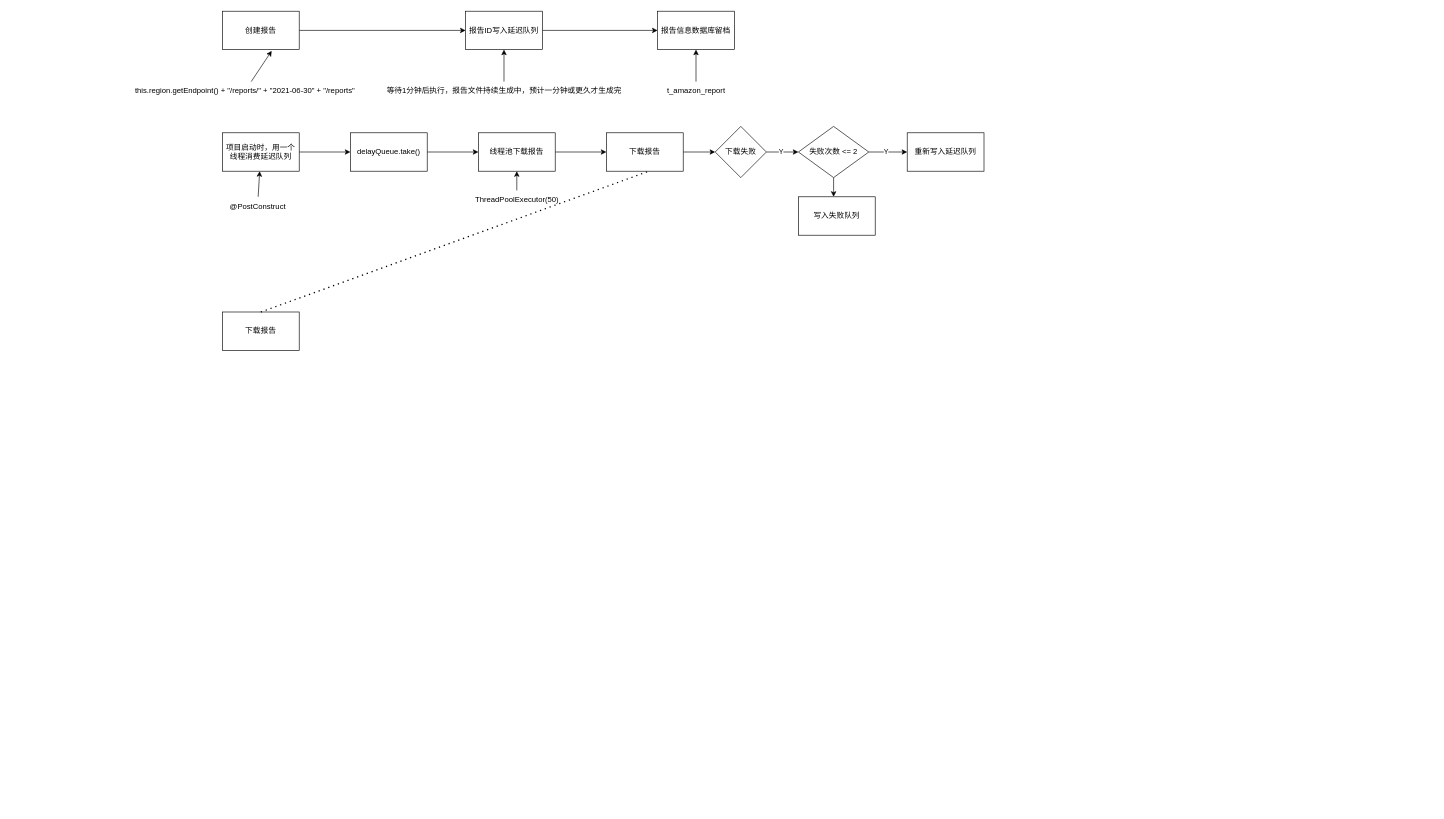
onemrc/note keeps this draw.io diagram as AmazonListing同步.drawio. Above is the earlier version. Source tidied: cells renumbered, new cells numbered last; positions are measured from the earlier drawing's top-left corner, leaving out a move shared by most shapes. Both pictures are drawn from the tidied source at 64%, with x=0, y=0 at pixel (126, 11).
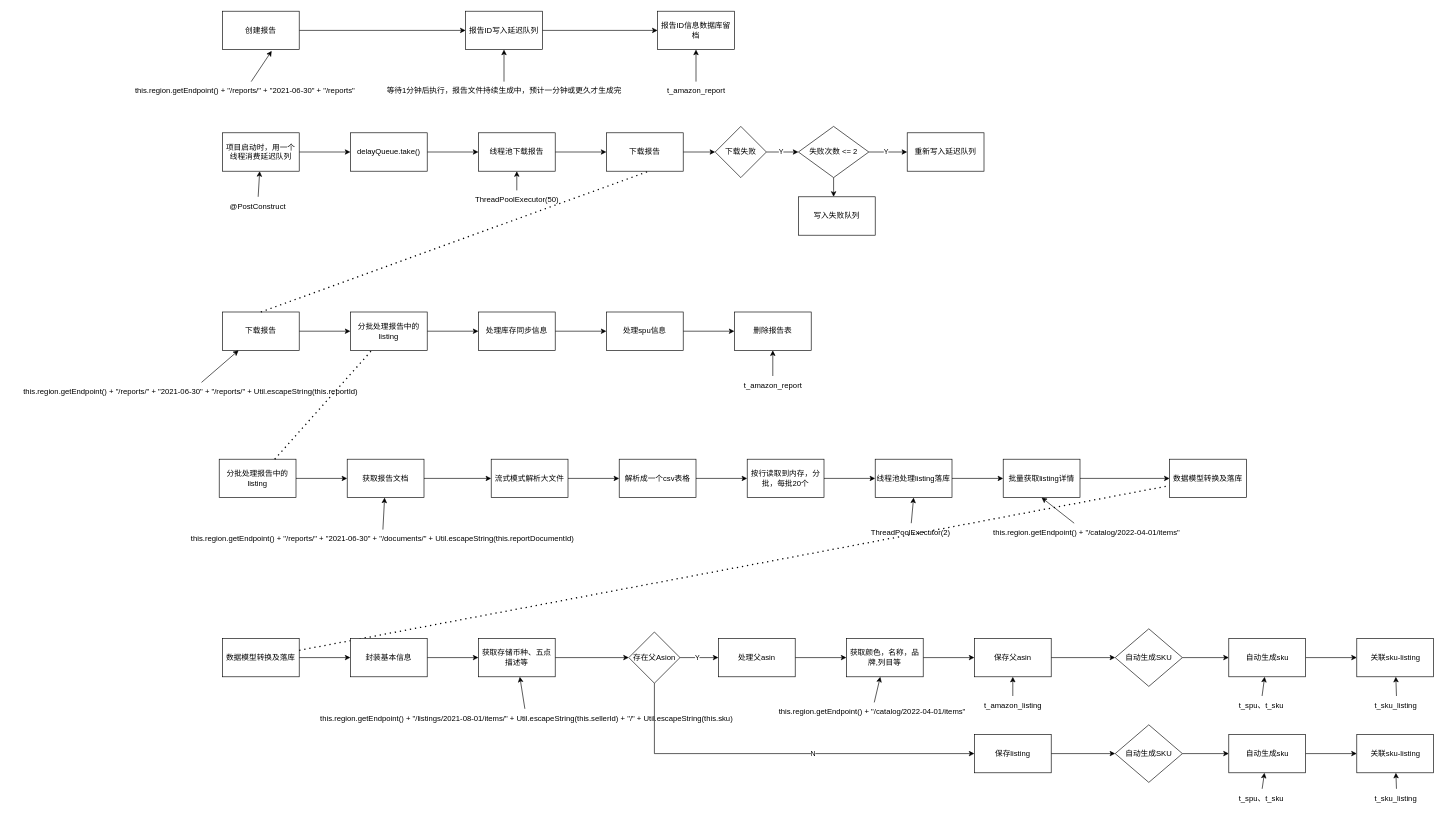
Above is the later version.

Unchanged cells that the change refers to:
```xml
<mxCell id="34" value="下载报告" style="whiteSpace=wrap;html=1;rounded=0;" parent="1" vertex="1">
  <mxGeometry x="150" y="470" width="120" height="60" as="geometry" />
</mxCell>
```

The edit, as a diff of the source:
```diff
@@
-    <mxCell id="10" value="报告信息数据库留档" style="whiteSpace=wrap;html=1;rounded=0;" parent="1" vertex="1">
+    <mxCell id="10" value="报告ID信息数据库留档" style="whiteSpace=wrap;html=1;rounded=0;" parent="1" vertex="1">
       <mxGeometry x="830" width="120" height="60" as="geometry" />
     </mxCell>
@@
+    <mxCell id="36" style="edgeStyle=orthogonalEdgeStyle;rounded=0;jettySize=auto;html=1;" parent="1" edge="1" source="34" target="40">
+      <mxGeometry relative="1" as="geometry" />
+    </mxCell>
@@
+    <mxCell id="37" value="this.region.getEndpoint() + &quot;/reports/&quot; + &quot;2021-06-30&quot; + &quot;/reports/&quot; + Util.escapeString(this.reportId)" style="text;html=1;align=center;verticalAlign=middle;points=[];strokeColor=none;fillColor=none;" parent="1" vertex="1">
+      <mxGeometry x="-180" y="580" width="560" height="30" as="geometry" />
+    </mxCell>
+    <mxCell id="38" style="endArrow=classic;html=1;rounded=0;" parent="1" edge="1" source="37" target="34">
+      <mxGeometry relative="1" as="geometry" />
+    </mxCell>
+    <mxCell id="39" style="edgeStyle=orthogonalEdgeStyle;rounded=0;jettySize=auto;html=1;" parent="1" edge="1" source="40" target="42">
+      <mxGeometry relative="1" as="geometry" />
+    </mxCell>
+    <mxCell id="40" value="分批处理报告中的listing" style="whiteSpace=wrap;html=1;rounded=0;" parent="1" vertex="1">
+      <mxGeometry x="350" y="470" width="120" height="60" as="geometry" />
+    </mxCell>
+    <mxCell id="41" style="edgeStyle=orthogonalEdgeStyle;rounded=0;jettySize=auto;html=1;" parent="1" edge="1" source="42" target="44">
+      <mxGeometry relative="1" as="geometry" />
+    </mxCell>
+    <mxCell id="42" value="处理库存同步信息" style="whiteSpace=wrap;html=1;rounded=0;" parent="1" vertex="1">
+      <mxGeometry x="550" y="470" width="120" height="60" as="geometry" />
+    </mxCell>
+    <mxCell id="43" style="edgeStyle=orthogonalEdgeStyle;rounded=0;jettySize=auto;html=1;" parent="1" edge="1" source="44" target="45">
+      <mxGeometry relative="1" as="geometry" />
+    </mxCell>
+    <mxCell id="44" value="处理spu信息" style="whiteSpace=wrap;html=1;rounded=0;" parent="1" vertex="1">
+      <mxGeometry x="750" y="470" width="120" height="60" as="geometry" />
+    </mxCell>
+    <mxCell id="45" value="删除报告表" style="whiteSpace=wrap;html=1;rounded=0;" parent="1" vertex="1">
+      <mxGeometry x="950" y="470" width="120" height="60" as="geometry" />
+    </mxCell>
+    <mxCell id="46" value="t_amazon_report" style="text;html=1;align=center;verticalAlign=middle;points=[];strokeColor=none;fillColor=none;" parent="1" vertex="1">
+      <mxGeometry x="950" y="570" width="120" height="30" as="geometry" />
+    </mxCell>
+    <mxCell id="47" style="endArrow=classic;html=1;rounded=0;" parent="1" edge="1" source="46" target="45">
+      <mxGeometry relative="1" as="geometry" />
+    </mxCell>
+    <mxCell id="48" style="edgeStyle=orthogonalEdgeStyle;rounded=0;jettySize=auto;html=1;" parent="1" edge="1" source="49" target="52">
+      <mxGeometry relative="1" as="geometry" />
+    </mxCell>
+    <mxCell id="49" value="分批处理报告中的listing" style="whiteSpace=wrap;html=1;rounded=0;" parent="1" vertex="1">
+      <mxGeometry x="145" y="700" width="120" height="60" as="geometry" />
+    </mxCell>
+    <mxCell id="50" style="endArrow=none;dashed=1;html=1;dashPattern=1 3;strokeWidth=2;rounded=0;" parent="1" edge="1" source="49" target="40">
+      <mxGeometry relative="1" as="geometry" />
+    </mxCell>
+    <mxCell id="51" style="edgeStyle=orthogonalEdgeStyle;rounded=0;jettySize=auto;html=1;" parent="1" edge="1" source="52" target="56">
+      <mxGeometry relative="1" as="geometry" />
+    </mxCell>
+    <mxCell id="52" value="获取报告文档" style="whiteSpace=wrap;html=1;rounded=0;" parent="1" vertex="1">
+      <mxGeometry x="345" y="700" width="120" height="60" as="geometry" />
+    </mxCell>
+    <mxCell id="53" value="this.region.getEndpoint() + &quot;/reports/&quot; + &quot;2021-06-30&quot; + &quot;/documents/&quot; + Util.escapeString(this.reportDocumentId)" style="text;html=1;align=center;verticalAlign=middle;points=[];strokeColor=none;fillColor=none;" parent="1" vertex="1">
+      <mxGeometry x="80" y="810" width="640" height="30" as="geometry" />
+    </mxCell>
+    <mxCell id="54" style="endArrow=classic;html=1;rounded=0;" parent="1" edge="1" source="53" target="52">
+      <mxGeometry relative="1" as="geometry" />
+    </mxCell>
+    <mxCell id="55" style="edgeStyle=orthogonalEdgeStyle;rounded=0;jettySize=auto;html=1;" parent="1" edge="1" source="56" target="58">
+      <mxGeometry relative="1" as="geometry" />
+    </mxCell>
+    <mxCell id="56" value="流式模式解析大文件" style="whiteSpace=wrap;html=1;rounded=0;" parent="1" vertex="1">
+      <mxGeometry x="570" y="700" width="120" height="60" as="geometry" />
+    </mxCell>
+    <mxCell id="57" style="edgeStyle=orthogonalEdgeStyle;rounded=0;jettySize=auto;html=1;" parent="1" edge="1" source="58" target="60">
+      <mxGeometry relative="1" as="geometry" />
+    </mxCell>
+    <mxCell id="58" value="解析成一个csv表格" style="whiteSpace=wrap;html=1;rounded=0;" parent="1" vertex="1">
+      <mxGeometry x="770" y="700" width="120" height="60" as="geometry" />
+    </mxCell>
+    <mxCell id="59" style="edgeStyle=orthogonalEdgeStyle;rounded=0;jettySize=auto;html=1;" parent="1" edge="1" source="60" target="62">
+      <mxGeometry relative="1" as="geometry" />
+    </mxCell>
+    <mxCell id="60" value="按行读取到内存，分批，每批20个" style="whiteSpace=wrap;html=1;rounded=0;" parent="1" vertex="1">
+      <mxGeometry x="970" y="700" width="120" height="60" as="geometry" />
+    </mxCell>
+    <mxCell id="61" style="edgeStyle=orthogonalEdgeStyle;rounded=0;jettySize=auto;html=1;" parent="1" edge="1" source="62" target="66">
+      <mxGeometry relative="1" as="geometry" />
+    </mxCell>
+    <mxCell id="62" value="线程池处理listing落库" style="whiteSpace=wrap;html=1;rounded=0;" parent="1" vertex="1">
+      <mxGeometry x="1170" y="700" width="120" height="60" as="geometry" />
+    </mxCell>
+    <mxCell id="63" value="ThreadPoolExecutor(2)" style="text;html=1;align=center;verticalAlign=middle;points=[];strokeColor=none;fillColor=none;" parent="1" vertex="1">
+      <mxGeometry x="1150" y="800" width="150" height="30" as="geometry" />
+    </mxCell>
+    <mxCell id="64" style="endArrow=classic;html=1;rounded=0;entryX=0.5;entryY=1;entryDx=0;entryDy=0;" parent="1" edge="1" source="63" target="62">
+      <mxGeometry relative="1" as="geometry" />
+    </mxCell>
+    <mxCell id="65" style="edgeStyle=orthogonalEdgeStyle;rounded=0;jettySize=auto;html=1;" parent="1" edge="1" source="66" target="69">
+      <mxGeometry relative="1" as="geometry" />
+    </mxCell>
+    <mxCell id="66" value="批量获取listing详情" style="whiteSpace=wrap;html=1;rounded=0;" parent="1" vertex="1">
+      <mxGeometry x="1370" y="700" width="120" height="60" as="geometry" />
+    </mxCell>
+    <mxCell id="67" value="this.region.getEndpoint() + &quot;/catalog/2022-04-01/items&quot;" style="text;html=1;align=center;verticalAlign=middle;points=[];strokeColor=none;fillColor=none;" parent="1" vertex="1">
+      <mxGeometry x="1340" y="800" width="320" height="30" as="geometry" />
+    </mxCell>
+    <mxCell id="68" style="endArrow=classic;html=1;rounded=0;entryX=0.5;entryY=1;entryDx=0;entryDy=0;" parent="1" edge="1" source="67" target="66">
+      <mxGeometry relative="1" as="geometry" />
+    </mxCell>
+    <mxCell id="69" value="数据模型转换及落库" style="whiteSpace=wrap;html=1;rounded=0;" parent="1" vertex="1">
+      <mxGeometry x="1630" y="700" width="120" height="60" as="geometry" />
+    </mxCell>
+    <mxCell id="70" style="edgeStyle=orthogonalEdgeStyle;rounded=0;jettySize=auto;html=1;" parent="1" edge="1" source="71" target="74">
+      <mxGeometry relative="1" as="geometry" />
+    </mxCell>
+    <mxCell id="71" value="数据模型转换及落库" style="whiteSpace=wrap;html=1;rounded=0;" parent="1" vertex="1">
+      <mxGeometry x="150" y="980" width="120" height="60" as="geometry" />
+    </mxCell>
+    <mxCell id="72" style="endArrow=none;dashed=1;html=1;dashPattern=1 3;strokeWidth=2;rounded=0;" parent="1" edge="1" source="71" target="69">
+      <mxGeometry relative="1" as="geometry" />
+    </mxCell>
+    <mxCell id="73" style="edgeStyle=orthogonalEdgeStyle;rounded=0;jettySize=auto;html=1;" parent="1" edge="1" source="74" target="76">
+      <mxGeometry relative="1" as="geometry" />
+    </mxCell>
+    <mxCell id="74" value="封装基本信息" style="whiteSpace=wrap;html=1;rounded=0;" parent="1" vertex="1">
+      <mxGeometry x="350" y="980" width="120" height="60" as="geometry" />
+    </mxCell>
+    <mxCell id="75" style="edgeStyle=orthogonalEdgeStyle;rounded=0;jettySize=auto;html=1;" parent="1" edge="1" source="76" target="83">
+      <mxGeometry relative="1" as="geometry" />
+    </mxCell>
+    <mxCell id="76" value="获取存储币种、五点描述等" style="whiteSpace=wrap;html=1;rounded=0;" parent="1" vertex="1">
+      <mxGeometry x="550" y="980" width="120" height="60" as="geometry" />
+    </mxCell>
+    <mxCell id="77" value="this.region.getEndpoint() + &quot;/listings/2021-08-01/items/&quot; + Util.escapeString(this.sellerId) + &quot;/&quot; + Util.escapeString(this.sku)" style="text;html=1;align=center;verticalAlign=middle;points=[];strokeColor=none;fillColor=none;" parent="1" vertex="1">
+      <mxGeometry x="280" y="1090" width="690" height="30" as="geometry" />
+    </mxCell>
+    <mxCell id="78" style="endArrow=classic;html=1;rounded=0;" parent="1" edge="1" source="77" target="76">
+      <mxGeometry relative="1" as="geometry" />
+    </mxCell>
+    <mxCell id="79" style="edgeStyle=orthogonalEdgeStyle;rounded=0;jettySize=auto;html=1;" parent="1" edge="1" source="83" target="85">
+      <mxGeometry relative="1" as="geometry" />
+    </mxCell>
+    <mxCell id="80" value="Y" style="edgeLabel;html=1;align=center;verticalAlign=middle;" parent="79" vertex="1">
+      <mxGeometry x="-0.13" y="1" relative="1" as="geometry" />
+    </mxCell>
+    <mxCell id="81" style="edgeStyle=orthogonalEdgeStyle;rounded=0;jettySize=auto;html=1;exitX=0.5;exitY=1;exitDx=0;exitDy=0;entryX=0;entryY=0.5;entryDx=0;entryDy=0;" parent="1" edge="1" source="83" target="102">
+      <mxGeometry relative="1" as="geometry" />
+    </mxCell>
+    <mxCell id="82" value="N" style="edgeLabel;html=1;align=center;verticalAlign=middle;" parent="81" vertex="1">
+      <mxGeometry x="0.17" y="1" relative="1" as="geometry" />
+    </mxCell>
+    <mxCell id="83" value="存在父Asion" style="rhombus;whiteSpace=wrap;html=1;rounded=0;" parent="1" vertex="1">
+      <mxGeometry x="785" y="970" width="80" height="80" as="geometry" />
+    </mxCell>
+    <mxCell id="84" style="edgeStyle=orthogonalEdgeStyle;rounded=0;jettySize=auto;html=1;" parent="1" edge="1" source="85" target="87">
+      <mxGeometry relative="1" as="geometry" />
+    </mxCell>
+    <mxCell id="85" value="处理父asin" style="whiteSpace=wrap;html=1;rounded=0;" parent="1" vertex="1">
+      <mxGeometry x="925" y="980" width="120" height="60" as="geometry" />
+    </mxCell>
+    <mxCell id="86" style="edgeStyle=orthogonalEdgeStyle;rounded=0;jettySize=auto;html=1;" parent="1" edge="1" source="87" target="89">
+      <mxGeometry relative="1" as="geometry" />
+    </mxCell>
+    <mxCell id="87" value="获取颜色，名称，品牌,列目等" style="whiteSpace=wrap;html=1;rounded=0;" parent="1" vertex="1">
+      <mxGeometry x="1125" y="980" width="120" height="60" as="geometry" />
+    </mxCell>
+    <mxCell id="88" style="edgeStyle=orthogonalEdgeStyle;rounded=0;jettySize=auto;html=1;" parent="1" edge="1" source="89" target="93">
+      <mxGeometry relative="1" as="geometry" />
+    </mxCell>
+    <mxCell id="89" value="保存父asin" style="whiteSpace=wrap;html=1;rounded=0;" parent="1" vertex="1">
+      <mxGeometry x="1325" y="980" width="120" height="60" as="geometry" />
+    </mxCell>
+    <mxCell id="90" value="t_amazon_listing" style="text;html=1;align=center;verticalAlign=middle;points=[];strokeColor=none;fillColor=none;" parent="1" vertex="1">
+      <mxGeometry x="1325" y="1070" width="120" height="30" as="geometry" />
+    </mxCell>
+    <mxCell id="91" style="endArrow=classic;html=1;rounded=0;" parent="1" edge="1" source="90" target="89">
+      <mxGeometry relative="1" as="geometry" />
+    </mxCell>
+    <mxCell id="92" style="edgeStyle=orthogonalEdgeStyle;rounded=0;jettySize=auto;html=1;" parent="1" edge="1" source="93" target="95">
+      <mxGeometry relative="1" as="geometry" />
+    </mxCell>
+    <mxCell id="93" value="自动生成SKU" style="rhombus;whiteSpace=wrap;html=1;rounded=0;" parent="1" vertex="1">
+      <mxGeometry x="1545" y="965" width="105" height="90" as="geometry" />
+    </mxCell>
+    <mxCell id="94" style="edgeStyle=orthogonalEdgeStyle;rounded=0;jettySize=auto;html=1;" parent="1" edge="1" source="95" target="96">
+      <mxGeometry relative="1" as="geometry" />
+    </mxCell>
+    <mxCell id="95" value="自动生成sku" style="whiteSpace=wrap;html=1;rounded=0;" parent="1" vertex="1">
+      <mxGeometry x="1722.5" y="980" width="120" height="60" as="geometry" />
+    </mxCell>
+    <mxCell id="96" value="关联sku-listing" style="whiteSpace=wrap;html=1;rounded=0;" parent="1" vertex="1">
+      <mxGeometry x="1922.5" y="980" width="120" height="60" as="geometry" />
+    </mxCell>
+    <mxCell id="97" value="t_spu、t_sku" style="text;html=1;align=center;verticalAlign=middle;points=[];strokeColor=none;fillColor=none;" parent="1" vertex="1">
+      <mxGeometry x="1722.5" y="1070" width="100" height="30" as="geometry" />
+    </mxCell>
+    <mxCell id="98" style="endArrow=classic;html=1;rounded=0;" parent="1" edge="1" source="97" target="95">
+      <mxGeometry relative="1" as="geometry" />
+    </mxCell>
+    <mxCell id="99" value="t_sku_listing" style="text;html=1;align=center;verticalAlign=middle;points=[];strokeColor=none;fillColor=none;" parent="1" vertex="1">
+      <mxGeometry x="1937.5" y="1070" width="90" height="30" as="geometry" />
+    </mxCell>
+    <mxCell id="100" style="endArrow=classic;html=1;rounded=0;exitX=0.522;exitY=0;exitDx=0;exitDy=0;exitPerimeter=0;" parent="1" edge="1" source="99" target="96">
+      <mxGeometry relative="1" as="geometry" />
+    </mxCell>
+    <mxCell id="101" style="edgeStyle=orthogonalEdgeStyle;rounded=0;jettySize=auto;html=1;exitX=1;exitY=0.5;exitDx=0;exitDy=0;entryX=0;entryY=0.5;entryDx=0;entryDy=0;" parent="1" edge="1" source="102" target="106">
+      <mxGeometry relative="1" as="geometry" />
+    </mxCell>
+    <mxCell id="102" value="保存listing" style="rounded=0;whiteSpace=wrap;html=1;" parent="1" vertex="1">
+      <mxGeometry x="1325" y="1130" width="120" height="60" as="geometry" />
+    </mxCell>
+    <mxCell id="103" value="this.region.getEndpoint() + &quot;/catalog/2022-04-01/items&quot;" style="text;html=1;align=center;verticalAlign=middle;points=[];strokeColor=none;fillColor=none;" parent="1" vertex="1">
+      <mxGeometry x="1005" y="1080" width="320" height="30" as="geometry" />
+    </mxCell>
+    <mxCell id="104" style="endArrow=classic;html=1;rounded=0;" parent="1" edge="1" source="103" target="87">
+      <mxGeometry relative="1" as="geometry" />
+    </mxCell>
+    <mxCell id="105" style="edgeStyle=orthogonalEdgeStyle;rounded=0;jettySize=auto;html=1;" parent="1" edge="1" source="106" target="108">
+      <mxGeometry relative="1" as="geometry" />
+    </mxCell>
+    <mxCell id="106" value="自动生成SKU" style="rhombus;whiteSpace=wrap;html=1;rounded=0;" parent="1" vertex="1">
+      <mxGeometry x="1545" y="1115" width="105" height="90" as="geometry" />
+    </mxCell>
+    <mxCell id="107" style="edgeStyle=orthogonalEdgeStyle;rounded=0;jettySize=auto;html=1;" parent="1" edge="1" source="108" target="109">
+      <mxGeometry relative="1" as="geometry" />
+    </mxCell>
+    <mxCell id="108" value="自动生成sku" style="whiteSpace=wrap;html=1;rounded=0;" parent="1" vertex="1">
+      <mxGeometry x="1722.5" y="1130" width="120" height="60" as="geometry" />
+    </mxCell>
+    <mxCell id="109" value="关联sku-listing" style="whiteSpace=wrap;html=1;rounded=0;" parent="1" vertex="1">
+      <mxGeometry x="1922.5" y="1130" width="120" height="60" as="geometry" />
+    </mxCell>
+    <mxCell id="110" value="t_spu、t_sku" style="text;html=1;align=center;verticalAlign=middle;points=[];strokeColor=none;fillColor=none;" parent="1" vertex="1">
+      <mxGeometry x="1722.5" y="1215" width="100" height="30" as="geometry" />
+    </mxCell>
+    <mxCell id="111" style="endArrow=classic;html=1;rounded=0;" parent="1" edge="1" source="110" target="108">
+      <mxGeometry relative="1" as="geometry" />
+    </mxCell>
+    <mxCell id="112" value="t_sku_listing" style="text;html=1;align=center;verticalAlign=middle;points=[];strokeColor=none;fillColor=none;" parent="1" vertex="1">
+      <mxGeometry x="1937.5" y="1215" width="90" height="30" as="geometry" />
+    </mxCell>
+    <mxCell id="113" style="endArrow=classic;html=1;rounded=0;exitX=0.522;exitY=0;exitDx=0;exitDy=0;exitPerimeter=0;" parent="1" edge="1" source="112" target="109">
+      <mxGeometry relative="1" as="geometry" />
+    </mxCell>
```
